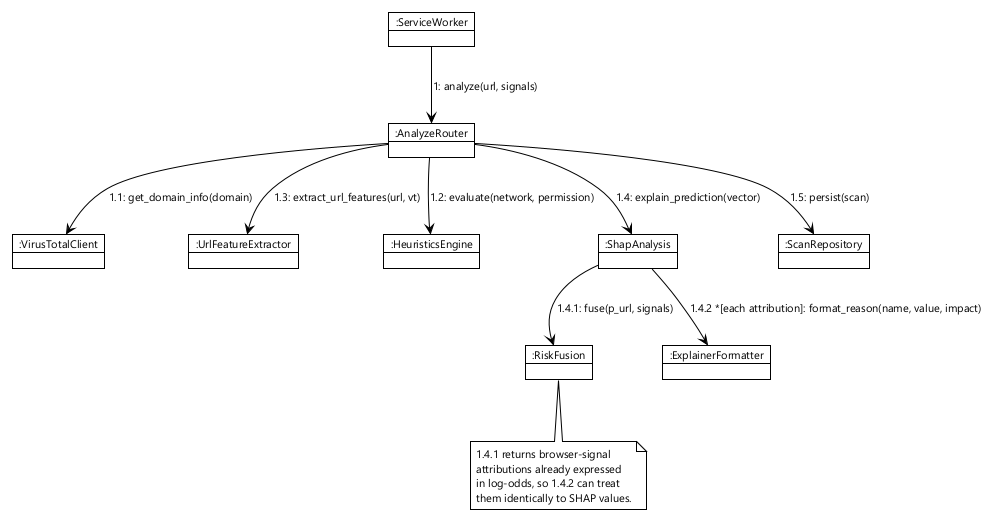
Earlier version of the PlantUML export docs/thesis/diagrams/out/fig-2-9-communication-analyse.png (Trust-Dr-BABA/Final-Year-Project).
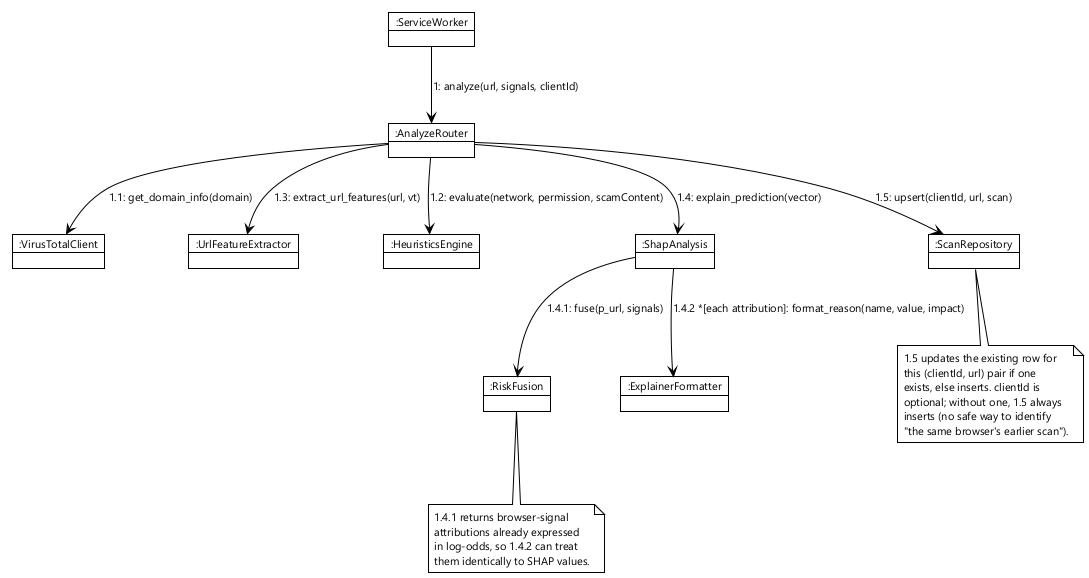
The same file after the commit.

Diff of the diagram source:
```diff
@@ -14,14 +14,14 @@
 object ":ExplainerFormatter" as EF
 object ":ScanRepository" as Repo
 
-SW --> Router : 1: analyze(url, signals)
+SW --> Router : 1: analyze(url, signals, clientId)
 Router --> VTC : 1.1: get_domain_info(domain)
-Router --> HE : 1.2: evaluate(network, permission)
+Router --> HE : 1.2: evaluate(network, permission, scamContent)
 Router --> UFE : 1.3: extract_url_features(url, vt)
 Router --> SHAP : 1.4: explain_prediction(vector)
 SHAP --> RF : 1.4.1: fuse(p_url, signals)
 SHAP --> EF : 1.4.2 *[each attribution]: format_reason(name, value, impact)
-Router --> Repo : 1.5: persist(scan)
+Router --> Repo : 1.5: upsert(clientId, url, scan)
 
 note bottom of RF
   1.4.1 returns browser-signal
@@ -29,4 +29,13 @@
   in log-odds, so 1.4.2 can treat
   them identically to SHAP values.
 end note
+
+note bottom of Repo
+  1.5 updates the existing row for
+  this (clientId, url) pair if one
+  exists, else inserts. clientId is
+  optional; without one, 1.5 always
+  inserts (no safe way to identify
+  "the same browser's earlier scan").
+end note
 @enduml
```
